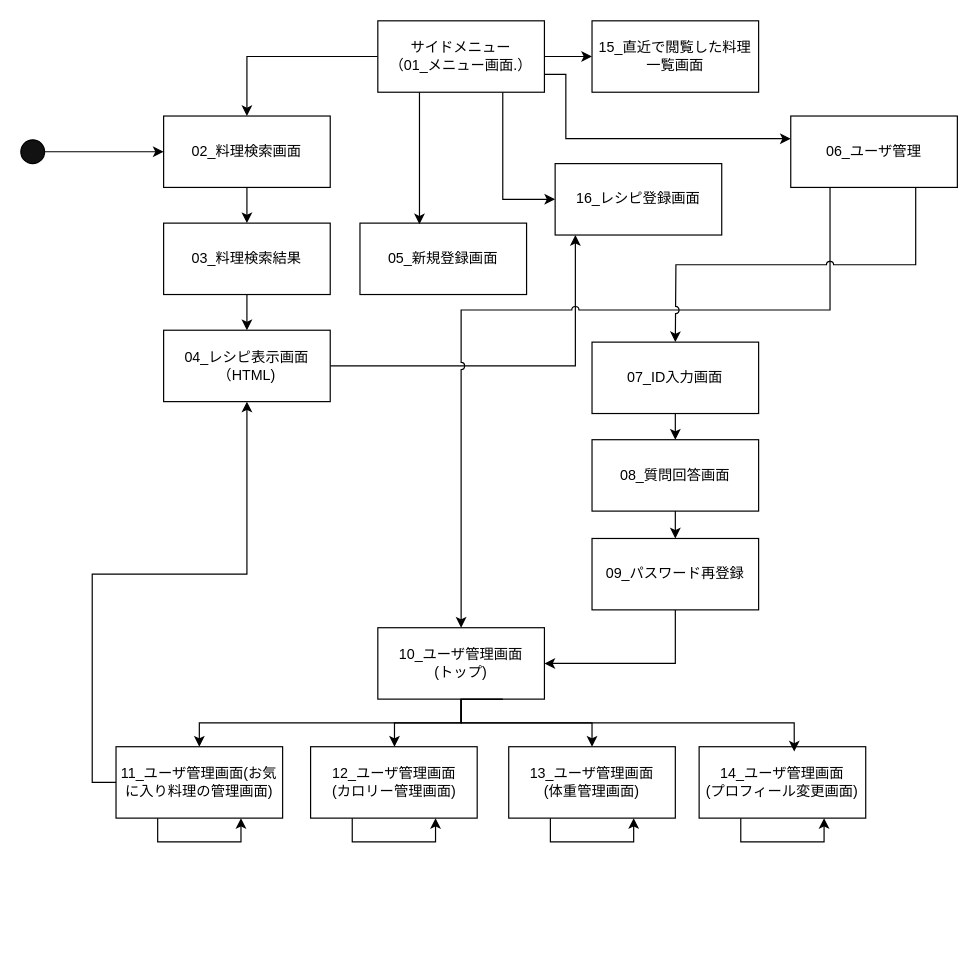
Fukuta-Y/Jashin_CAS_doc keeps this draw.io diagram as 画面設計/jashin_cas.drawio. Above is the earlier version. Source tidied: cells renumbered, new cells numbered last; positions are measured from the earlier drawing's top-left corner, leaving out a move shared by most shapes. Both pictures are drawn from the tidied source at 119%, with x=0, y=0 at pixel (20, 20).
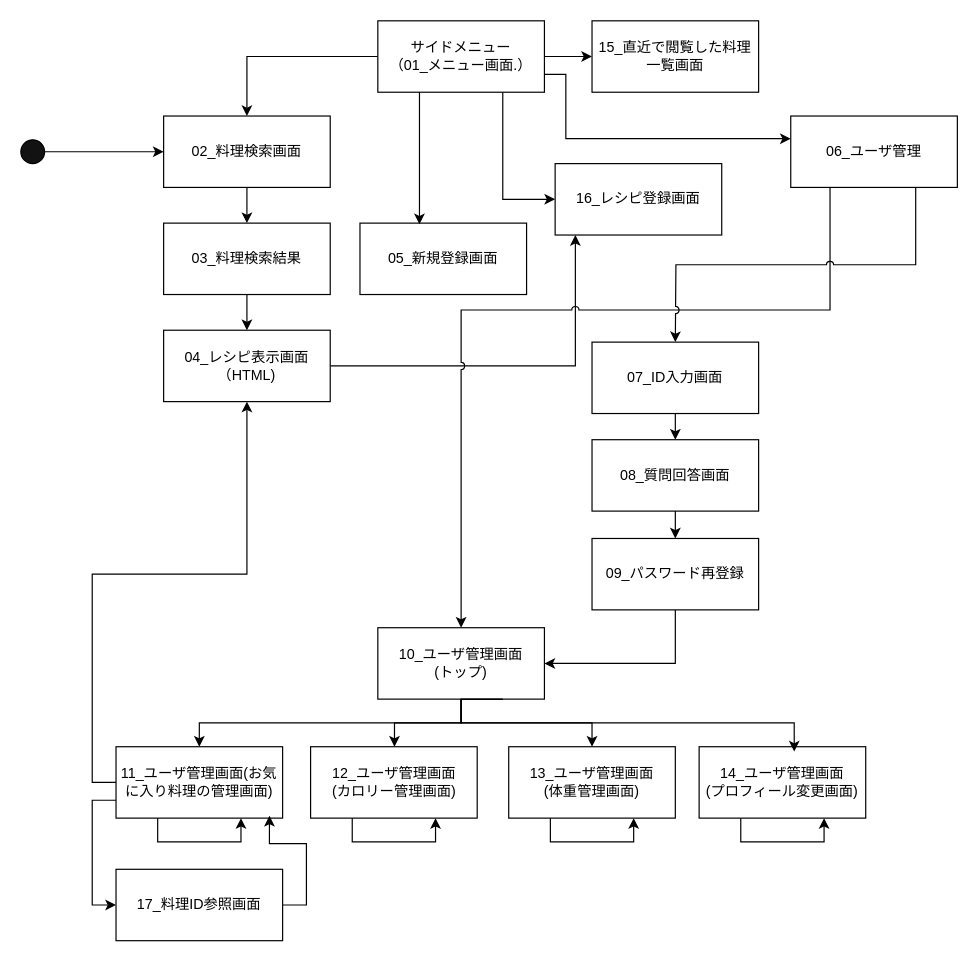
The same page after the edit.

The change refers to these unchanged cells:
```xml
<mxCell id="28" value="11_ユーザ管理画面(お気に入り料理の管理画面)" style="rounded=0;whiteSpace=wrap;html=1;" parent="1" vertex="1">
  <mxGeometry x="80" y="610" width="140" height="60" as="geometry" />
</mxCell>
```

What changed in the source:
```diff
@@
+    <mxCell id="42" style="edgeStyle=orthogonalEdgeStyle;rounded=0;jettySize=auto;html=1;exitX=0;exitY=0.75;exitDx=0;exitDy=0;entryX=0;entryY=0.5;entryDx=0;entryDy=0;" parent="1" edge="1" source="28" target="43">
+      <mxGeometry relative="1" as="geometry" />
+    </mxCell>
@@
+    <mxCell id="43" value="17_料理ID参照画面" style="rounded=0;whiteSpace=wrap;html=1;" parent="1" vertex="1">
+      <mxGeometry x="80" y="713" width="140" height="60" as="geometry" />
+    </mxCell>
+    <mxCell id="44" style="edgeStyle=orthogonalEdgeStyle;rounded=0;jettySize=auto;html=1;exitX=1;exitY=0.5;exitDx=0;exitDy=0;entryX=0.921;entryY=0.967;entryDx=0;entryDy=0;entryPerimeter=0;" parent="1" edge="1" source="43" target="28">
+      <mxGeometry relative="1" as="geometry" />
+    </mxCell>
```
